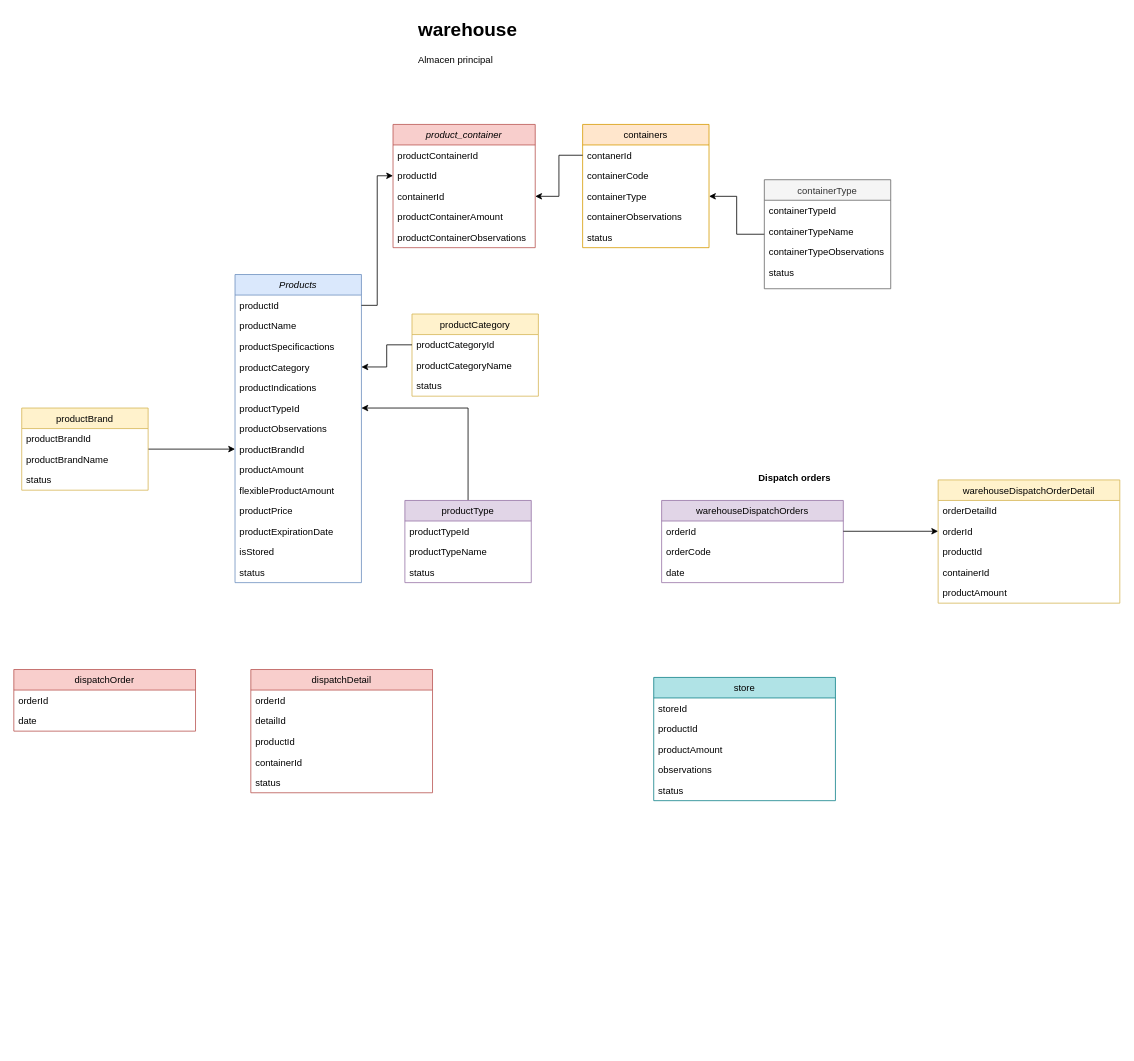
CarlosMayo1/pharmacy keeps this draw.io diagram as pharmacy.drawio. Above is the earlier version. Source tidied: cells renumbered, new cells numbered last; positions are measured from the earlier drawing's top-left corner, leaving out a move shared by most shapes. Both pictures are drawn from the tidied source at 79%, with x=0, y=0 at pixel (13, 13).
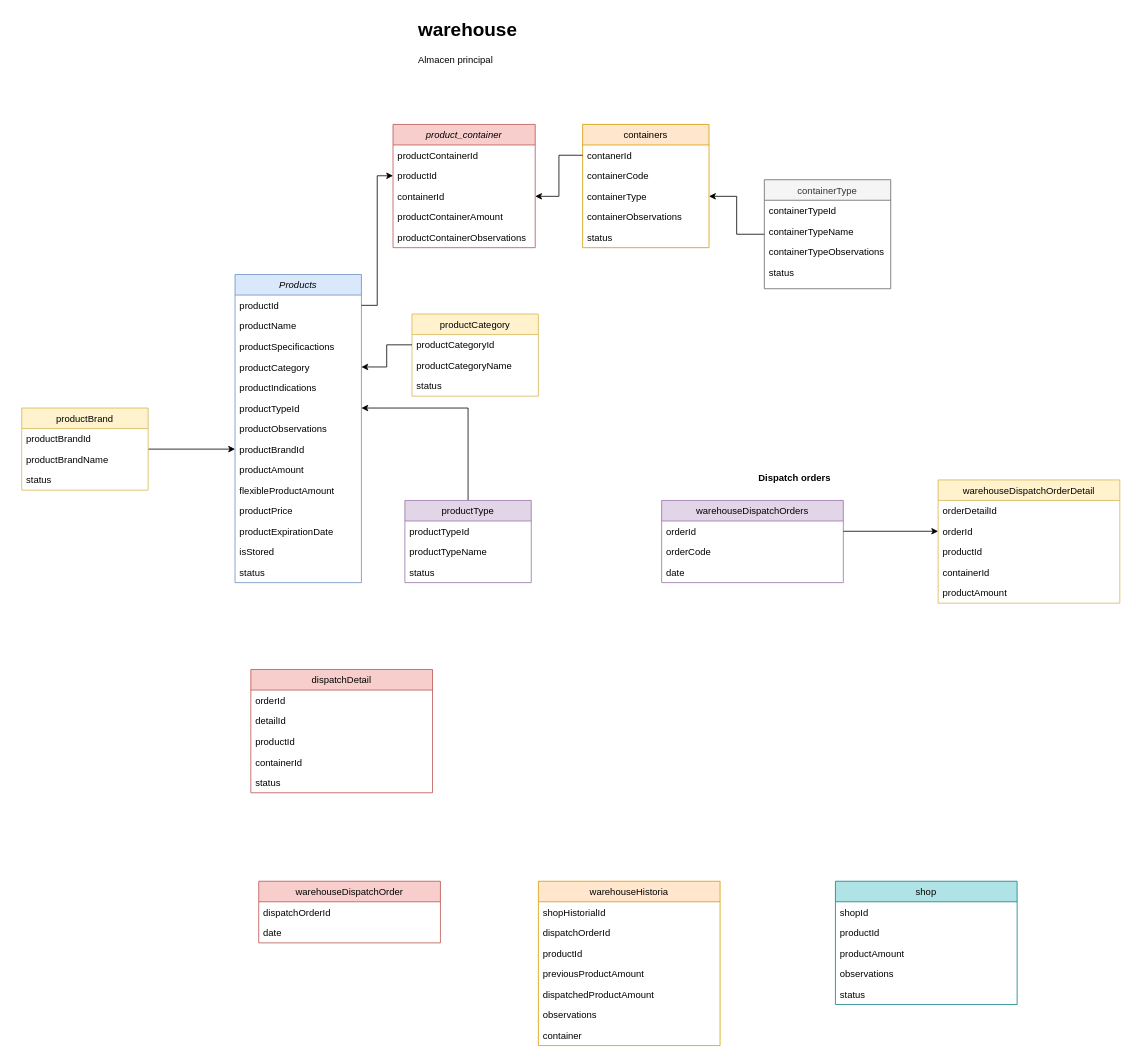
The same diagram, later.

Change to the diagram source:
```diff
@@
-    <mxCell id="65" value="store&#10;" style="swimlane;fontStyle=0;align=center;verticalAlign=top;horizontal=1;startSize=26;rounded=0;shadow=0;strokeWidth=1;fillColor=#b0e3e6;strokeColor=#0e8088;" parent="1" vertex="1">
-      <mxGeometry x="810" y="840" width="230" height="156" as="geometry" />
+    <mxCell id="65" value="shop" style="swimlane;fontStyle=0;align=center;verticalAlign=top;horizontal=1;startSize=26;rounded=0;shadow=0;strokeWidth=1;fillColor=#b0e3e6;strokeColor=#0e8088;" parent="1" vertex="1">
+      <mxGeometry x="1040" y="1098" width="230" height="156" as="geometry" />
     </mxCell>
-    <mxCell id="66" value="storeId" style="text;align=left;verticalAlign=top;spacingLeft=4;spacingRight=4;overflow=hidden;" parent="65" vertex="1">
+    <mxCell id="66" value="shopId" style="text;align=left;verticalAlign=top;spacingLeft=4;spacingRight=4;overflow=hidden;" parent="65" vertex="1">
       <mxGeometry y="26" width="230" height="26" as="geometry" />
     </mxCell>
@@
-    <mxCell id="77" value="dispatchOrder" style="swimlane;fontStyle=0;align=center;verticalAlign=top;horizontal=1;startSize=26;rounded=0;shadow=0;strokeWidth=1;fillColor=#f8cecc;strokeColor=#b85450;" parent="1" vertex="1">
-      <mxGeometry y="830" width="230" height="78" as="geometry" />
+    <mxCell id="77" value="warehouseDispatchOrder" style="swimlane;fontStyle=0;align=center;verticalAlign=top;horizontal=1;startSize=26;rounded=0;shadow=0;strokeWidth=1;fillColor=#f8cecc;strokeColor=#b85450;" parent="1" vertex="1">
+      <mxGeometry x="310" y="1098" width="230" height="78" as="geometry" />
     </mxCell>
-    <mxCell id="78" value="orderId" style="text;align=left;verticalAlign=top;spacingLeft=4;spacingRight=4;overflow=hidden;" parent="77" vertex="1">
+    <mxCell id="78" value="dispatchOrderId" style="text;align=left;verticalAlign=top;spacingLeft=4;spacingRight=4;overflow=hidden;" parent="77" vertex="1">
       <mxGeometry y="26" width="230" height="26" as="geometry" />
     </mxCell>
@@
+    <mxCell id="80" value="warehouseHistoria" style="swimlane;fontStyle=0;align=center;verticalAlign=top;horizontal=1;startSize=26;rounded=0;shadow=0;strokeWidth=1;fillColor=#ffe6cc;strokeColor=#d79b00;" parent="1" vertex="1">
+      <mxGeometry x="664" y="1098" width="230" height="208" as="geometry" />
+    </mxCell>
+    <mxCell id="81" value="shopHistorialId" style="text;align=left;verticalAlign=top;spacingLeft=4;spacingRight=4;overflow=hidden;" parent="80" vertex="1">
+      <mxGeometry y="26" width="230" height="26" as="geometry" />
+    </mxCell>
+    <mxCell id="82" value="dispatchOrderId" style="text;align=left;verticalAlign=top;spacingLeft=4;spacingRight=4;overflow=hidden;" parent="80" vertex="1">
+      <mxGeometry y="52" width="230" height="26" as="geometry" />
+    </mxCell>
+    <mxCell id="83" value="productId" style="text;align=left;verticalAlign=top;spacingLeft=4;spacingRight=4;overflow=hidden;" parent="80" vertex="1">
+      <mxGeometry y="78" width="230" height="26" as="geometry" />
+    </mxCell>
+    <mxCell id="84" value="previousProductAmount" style="text;align=left;verticalAlign=top;spacingLeft=4;spacingRight=4;overflow=hidden;" parent="80" vertex="1">
+      <mxGeometry y="104" width="230" height="26" as="geometry" />
+    </mxCell>
+    <mxCell id="85" value="dispatchedProductAmount" style="text;align=left;verticalAlign=top;spacingLeft=4;spacingRight=4;overflow=hidden;" parent="80" vertex="1">
+      <mxGeometry y="130" width="230" height="26" as="geometry" />
+    </mxCell>
+    <mxCell id="86" value="observations" style="text;align=left;verticalAlign=top;spacingLeft=4;spacingRight=4;overflow=hidden;" parent="80" vertex="1">
+      <mxGeometry y="156" width="230" height="26" as="geometry" />
+    </mxCell>
+    <mxCell id="87" value="container" style="text;align=left;verticalAlign=top;spacingLeft=4;spacingRight=4;overflow=hidden;" parent="80" vertex="1">
+      <mxGeometry y="182" width="230" height="26" as="geometry" />
+    </mxCell>
```
